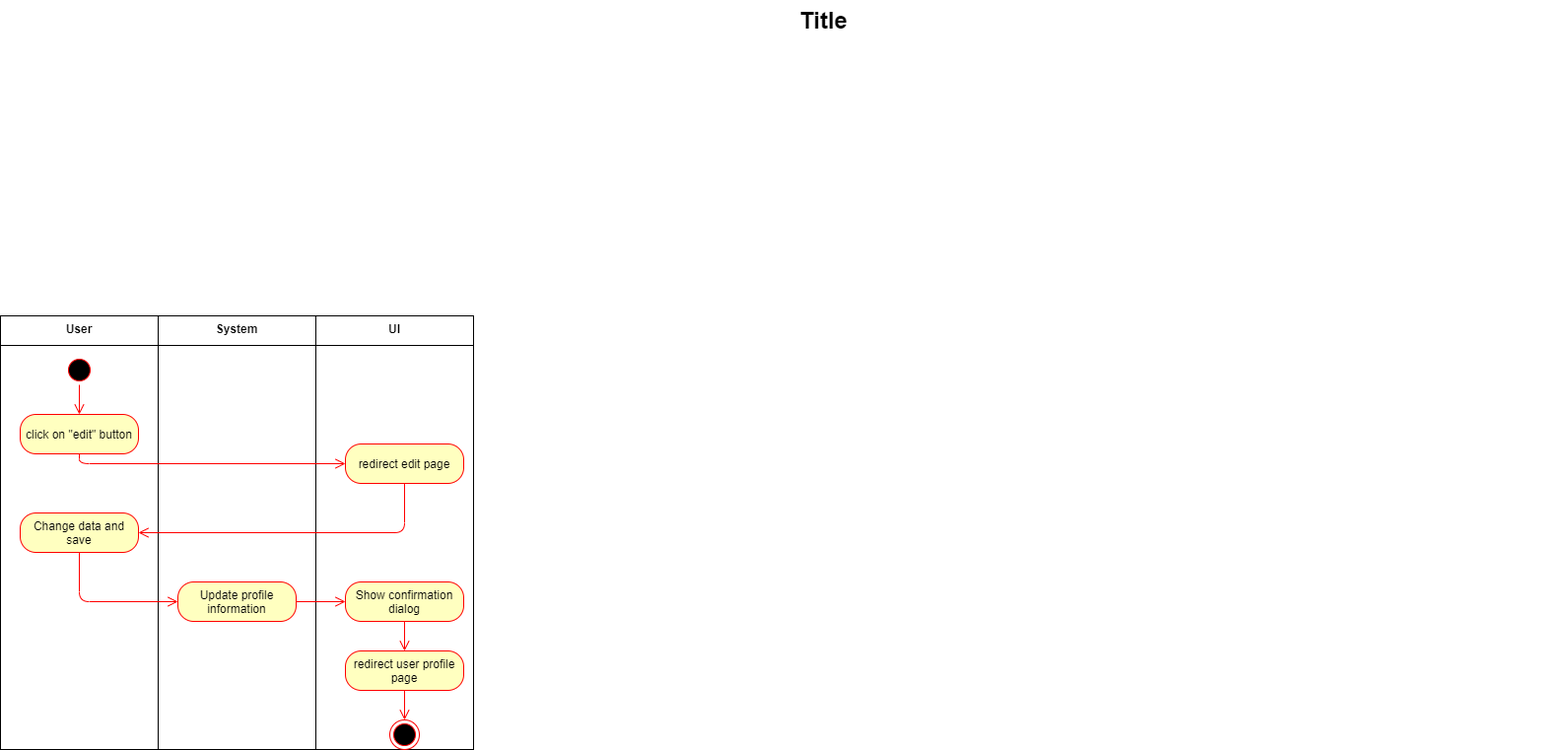
Before: Diagrams/EditUserProfileActivityDiagramm.png, a diagram exported from draw.io (LorenzSeufert/CeangalMessenger---Documentation). Source tidied: cells renumbered, new cells last; positions are measured from the earlier drawing's top-left corner, leaving out a move shared by most shapes. Source of this version:
```xml
<mxGraphModel>
  <root>
    <mxCell id="0" style="html=1;" />
    <mxCell id="1" style="html=1;" parent="0" />
    <mxCell id="2" value="Title" style="text;strokeColor=none;fillColor=none;html=1;fontSize=24;fontStyle=1;verticalAlign=middle;align=center;" parent="1" vertex="1">
      <mxGeometry x="80" width="1510" height="40" as="geometry" />
    </mxCell>
    <mxCell id="3" style="shape=folder;fontStyle=1;spacingTop=10;tabWidth=160;tabHeight=30;tabPosition=left;html=1;" parent="1" vertex="1">
      <mxGeometry y="320" width="160" height="440" as="geometry" />
    </mxCell>
    <mxCell id="4" value="User" style="text;align=center;fontStyle=1;verticalAlign=middle;spacingLeft=3;spacingRight=3;strokeColor=none;" parent="1" vertex="1">
      <mxGeometry x="40" y="320" width="80" height="26" as="geometry" />
    </mxCell>
    <mxCell id="5" style="shape=folder;fontStyle=1;spacingTop=10;tabWidth=160;tabHeight=30;tabPosition=left;html=1;" parent="1" vertex="1">
      <mxGeometry x="160" y="320" width="160" height="440" as="geometry" />
    </mxCell>
    <mxCell id="6" style="shape=folder;fontStyle=1;spacingTop=10;tabWidth=160;tabHeight=30;tabPosition=left;html=1;" parent="1" vertex="1">
      <mxGeometry x="320" y="320" width="160" height="440" as="geometry" />
    </mxCell>
    <mxCell id="7" value="System" style="text;align=center;fontStyle=1;verticalAlign=middle;spacingLeft=3;spacingRight=3;strokeColor=none;" parent="1" vertex="1">
      <mxGeometry x="200" y="320" width="80" height="26" as="geometry" />
    </mxCell>
    <mxCell id="8" value="UI" style="text;align=center;fontStyle=1;verticalAlign=middle;spacingLeft=3;spacingRight=3;strokeColor=none;" parent="1" vertex="1">
      <mxGeometry x="360" y="320" width="80" height="26" as="geometry" />
    </mxCell>
    <mxCell id="9" style="ellipse;html=1;shape=startState;fillColor=#000000;strokeColor=#ff0000;" parent="1" vertex="1">
      <mxGeometry x="65" y="360" width="30" height="30" as="geometry" />
    </mxCell>
    <mxCell id="10" style="edgeStyle=orthogonalEdgeStyle;html=1;verticalAlign=bottom;endArrow=open;endSize=8;strokeColor=#ff0000;" parent="1" edge="1" source="9">
      <mxGeometry relative="1" as="geometry">
        <mxPoint x="80" y="420" as="targetPoint" />
      </mxGeometry>
    </mxCell>
    <mxCell id="11" value="click on &quot;edit&quot; button" style="rounded=1;whiteSpace=wrap;html=1;arcSize=40;fontColor=#000000;fillColor=#ffffc0;strokeColor=#ff0000;" parent="1" vertex="1">
      <mxGeometry x="20" y="420" width="120" height="40" as="geometry" />
    </mxCell>
    <mxCell id="12" style="edgeStyle=orthogonalEdgeStyle;html=1;verticalAlign=bottom;endArrow=open;endSize=8;strokeColor=#ff0000;exitX=0.5;exitY=1;exitDx=0;exitDy=0;entryX=0;entryY=0.5;entryDx=0;entryDy=0;" parent="1" edge="1" source="11" target="13">
      <mxGeometry relative="1" as="geometry">
        <Array as="points">
          <mxPoint x="80" y="470" />
        </Array>
      </mxGeometry>
    </mxCell>
    <mxCell id="13" value="redirect edit page" style="rounded=1;whiteSpace=wrap;html=1;arcSize=40;fontColor=#000000;fillColor=#ffffc0;strokeColor=#ff0000;" parent="1" vertex="1">
      <mxGeometry x="350" y="450" width="120" height="40" as="geometry" />
    </mxCell>
    <mxCell id="14" style="edgeStyle=orthogonalEdgeStyle;html=1;verticalAlign=bottom;endArrow=open;endSize=8;strokeColor=#ff0000;entryX=1;entryY=0.5;entryDx=0;entryDy=0;" parent="1" edge="1" source="13" target="15">
      <mxGeometry relative="1" as="geometry">
        <Array as="points">
          <mxPoint x="410" y="540" />
        </Array>
      </mxGeometry>
    </mxCell>
    <mxCell id="15" value="Change data and save" style="rounded=1;whiteSpace=wrap;html=1;arcSize=40;fontColor=#000000;fillColor=#ffffc0;strokeColor=#ff0000;" parent="1" vertex="1">
      <mxGeometry x="20" y="520" width="120" height="40" as="geometry" />
    </mxCell>
    <mxCell id="16" style="edgeStyle=orthogonalEdgeStyle;html=1;verticalAlign=bottom;endArrow=open;endSize=8;strokeColor=#ff0000;entryX=0;entryY=0.5;entryDx=0;entryDy=0;" parent="1" edge="1" source="15">
      <mxGeometry relative="1" as="geometry">
        <mxPoint x="180" y="610" as="targetPoint" />
        <Array as="points">
          <mxPoint x="80" y="610" />
        </Array>
      </mxGeometry>
    </mxCell>
    <mxCell id="17" value="Show confirmation dialog" style="rounded=1;whiteSpace=wrap;html=1;arcSize=40;fontColor=#000000;fillColor=#ffffc0;strokeColor=#ff0000;" parent="1" vertex="1">
      <mxGeometry x="350" y="590" width="120" height="40" as="geometry" />
    </mxCell>
    <mxCell id="18" style="edgeStyle=orthogonalEdgeStyle;html=1;verticalAlign=bottom;endArrow=open;endSize=8;strokeColor=#ff0000;entryX=0.5;entryY=0;entryDx=0;entryDy=0;" parent="1" edge="1" source="17" target="21">
      <mxGeometry relative="1" as="geometry" />
    </mxCell>
    <mxCell id="19" value="Update profile information" style="rounded=1;whiteSpace=wrap;html=1;arcSize=40;fontColor=#000000;fillColor=#ffffc0;strokeColor=#ff0000;" parent="1" vertex="1">
      <mxGeometry x="180" y="590" width="120" height="40" as="geometry" />
    </mxCell>
    <mxCell id="20" style="edgeStyle=orthogonalEdgeStyle;html=1;verticalAlign=bottom;endArrow=open;endSize=8;strokeColor=#ff0000;entryX=0;entryY=0.5;entryDx=0;entryDy=0;" parent="1" edge="1" source="19" target="17">
      <mxGeometry relative="1" as="geometry" />
    </mxCell>
    <mxCell id="21" value="redirect user profile page" style="rounded=1;whiteSpace=wrap;html=1;arcSize=40;fontColor=#000000;fillColor=#ffffc0;strokeColor=#ff0000;" parent="1" vertex="1">
      <mxGeometry x="350" y="660" width="120" height="40" as="geometry" />
    </mxCell>
    <mxCell id="22" style="edgeStyle=orthogonalEdgeStyle;html=1;verticalAlign=bottom;endArrow=open;endSize=8;strokeColor=#ff0000;entryX=0.5;entryY=0;entryDx=0;entryDy=0;" parent="1" edge="1" source="21" target="23">
      <mxGeometry relative="1" as="geometry" />
    </mxCell>
    <mxCell id="23" style="ellipse;html=1;shape=endState;fillColor=#000000;strokeColor=#ff0000;" parent="1" vertex="1">
      <mxGeometry x="395" y="730" width="30" height="30" as="geometry" />
    </mxCell>
  </root>
</mxGraphModel>
```
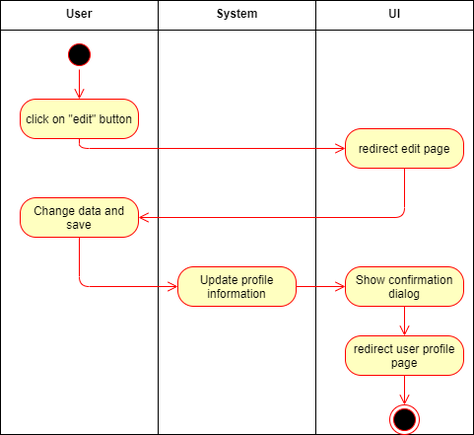
The same diagram one commit later.

Diff of the diagram source:
```diff
@@ -2,9 +2,6 @@
   <root>
     <mxCell id="0" style="html=1;" />
     <mxCell id="1" style="html=1;" parent="0" />
-    <mxCell id="2" value="Title" style="text;strokeColor=none;fillColor=none;html=1;fontSize=24;fontStyle=1;verticalAlign=middle;align=center;" parent="1" vertex="1">
-      <mxGeometry x="80" width="1510" height="40" as="geometry" />
-    </mxCell>
     <mxCell id="3" style="shape=folder;fontStyle=1;spacingTop=10;tabWidth=160;tabHeight=30;tabPosition=left;html=1;" parent="1" vertex="1">
       <mxGeometry y="320" width="160" height="440" as="geometry" />
     </mxCell>
```
